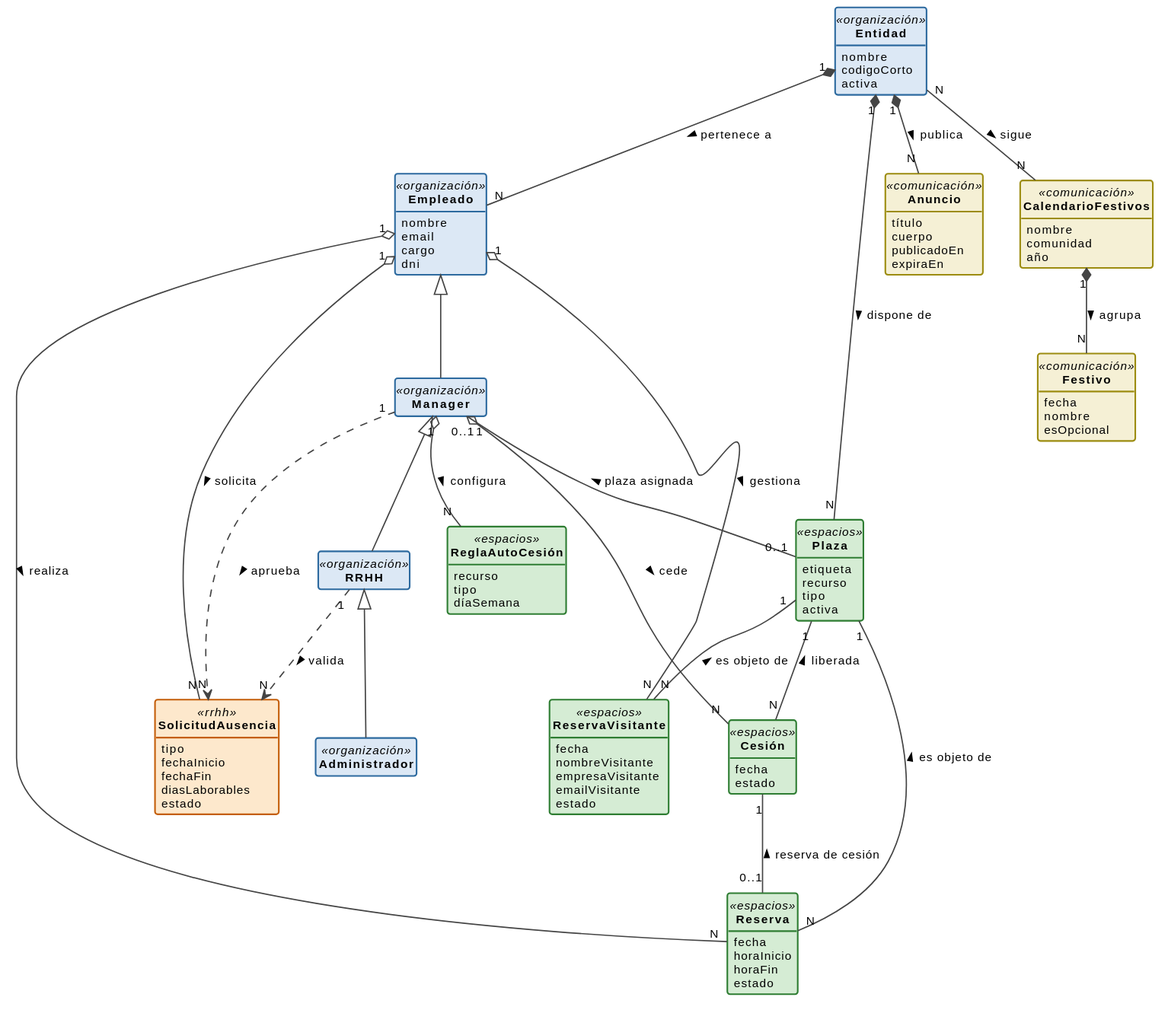
Earlier version of the PlantUML export modelosUML/svg/dominioClases.svg (lostal/seven-suite). The source it was exported from:
```plantuml
@startuml
hide circle
hide empty members

skinparam defaultFontName Arial
skinparam defaultFontSize 11
skinparam classAttributeIconSize 0
skinparam classBorderThickness 1.5
skinparam arrowThickness 1.2
skinparam arrowColor #444444
skinparam class {
  BackgroundColor<<organización>> #dce8f5
  BorderColor<<organización>>     #2d6a9f
  BackgroundColor<<espacios>>     #d5ecd4
  BorderColor<<espacios>>         #2e7d32
  BackgroundColor<<rrhh>>         #fde8cc
  BorderColor<<rrhh>>             #c45e0a
  BackgroundColor<<comunicación>> #f5f0d5
  BorderColor<<comunicación>>     #9c8c10
}


class "**Entidad**" as Entidad <<organización>> {
  nombre
  codigoCorto
  activa
}

class "**Empleado**" as Empleado <<organización>> {
  nombre
  email
  cargo
  dni
}

class "**Manager**" as Manager <<organización>> {
}

class "**RRHH**" as RRHH <<organización>> {
}

class "**Administrador**" as Administrador <<organización>> {
}


class "**Plaza**" as Plaza <<espacios>> {
  etiqueta
  recurso
  tipo
  activa
}

class "**Reserva**" as Reserva <<espacios>> {
  fecha
  horaInicio
  horaFin
  estado
}

class "**Cesión**" as Cesion <<espacios>> {
  fecha
  estado
}

class "**ReglaAutoCesión**" as ReglaAutoCesion <<espacios>> {
  recurso
  tipo
  díaSemana
}

class "**ReservaVisitante**" as ReservaVisitante <<espacios>> {
  fecha
  nombreVisitante
  empresaVisitante
  emailVisitante
  estado
}


class "**SolicitudAusencia**" as SolicitudAusencia <<rrhh>> {
  tipo
  fechaInicio
  fechaFin
  diasLaborables
  estado
}


class "**Anuncio**" as Anuncio <<comunicación>> {
  título
  cuerpo
  publicadoEn
  expiraEn
}

class "**CalendarioFestivos**" as CalendarioFestivos <<comunicación>> {
  nombre
  comunidad
  año
}

class "**Festivo**" as Festivo <<comunicación>> {
  fecha
  nombre
  esOpcional
}


Empleado    <|-- Manager
Manager     <|-- RRHH
RRHH        <|-- Administrador


Entidad               "1" *-- "N"   Empleado           : pertenece a >
Entidad               "1" *-- "N"   Plaza              : dispone de >
Entidad               "1" *-- "N"   Anuncio            : publica >
CalendarioFestivos    "1" *-- "N"   Festivo            : agrupa >


Empleado              "1" o-- "N"   Reserva            : realiza >
Empleado              "1" o-- "N"   ReservaVisitante   : gestiona >
Empleado              "1" o-- "N"   SolicitudAusencia  : solicita >
Manager               "1" o-- "N"   Cesion             : cede >
Manager               "1" o-- "N"   ReglaAutoCesion    : configura >


Manager               "1" ..> "N"   SolicitudAusencia  : aprueba >
RRHH                  "1" ..> "N"   SolicitudAusencia  : valida >


Manager               "0..1" -- "0..1" Plaza           : < plaza asignada
Plaza                 "1"    -- "N"    Reserva         : < es objeto de
Plaza                 "1"    -- "N"    Cesion          : < liberada
Cesion                "1"    -- "0..1" Reserva         : < reserva de cesión
Plaza                 "1"    -- "N"    ReservaVisitante: < es objeto de
Entidad               "N"    -- "N"    CalendarioFestivos : sigue >
@enduml
```
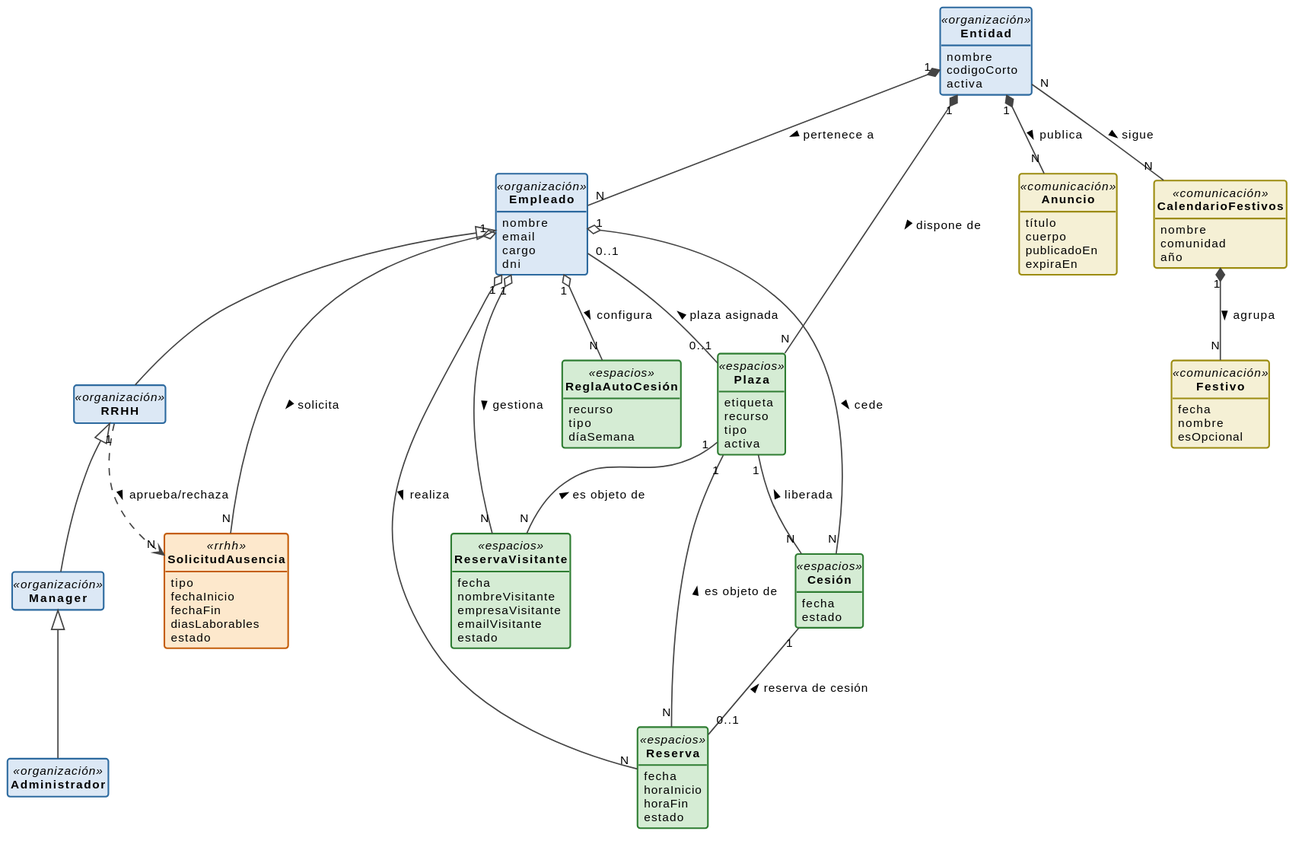
The same diagram one commit later.

What changed in the source:
```diff
@@ -1,4 +1,6 @@
 @startuml
+skinparam backgroundColor #FFFFFF
+
 hide circle
 hide empty members
 
@@ -106,9 +108,9 @@
 }
 
 
-Empleado    <|-- Manager
-Manager     <|-- RRHH
-RRHH        <|-- Administrador
+Empleado    <|-- RRHH
+RRHH        <|-- Manager
+Manager     <|-- Administrador
 
 
 Entidad               "1" *-- "N"   Empleado           : pertenece a >
@@ -120,15 +122,14 @@
 Empleado              "1" o-- "N"   Reserva            : realiza >
 Empleado              "1" o-- "N"   ReservaVisitante   : gestiona >
 Empleado              "1" o-- "N"   SolicitudAusencia  : solicita >
-Manager               "1" o-- "N"   Cesion             : cede >
-Manager               "1" o-- "N"   ReglaAutoCesion    : configura >
+Empleado              "1" o-- "N"   Cesion             : cede >
+Empleado              "1" o-- "N"   ReglaAutoCesion    : configura >
 
 
-Manager               "1" ..> "N"   SolicitudAusencia  : aprueba >
-RRHH                  "1" ..> "N"   SolicitudAusencia  : valida >
+RRHH                  "1" ..> "N"   SolicitudAusencia  : aprueba/rechaza >
 
 
-Manager               "0..1" -- "0..1" Plaza           : < plaza asignada
+Empleado               "0..1" -- "0..1" Plaza           : < plaza asignada
 Plaza                 "1"    -- "N"    Reserva         : < es objeto de
 Plaza                 "1"    -- "N"    Cesion          : < liberada
 Cesion                "1"    -- "0..1" Reserva         : < reserva de cesión
```
